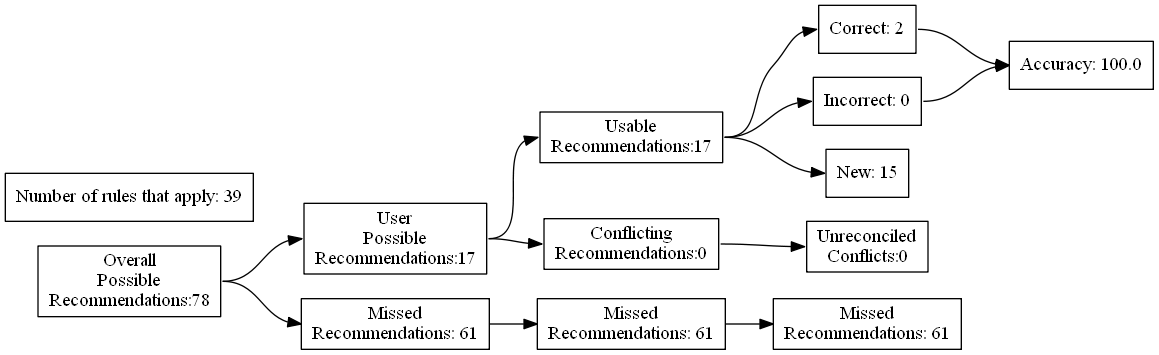
Above: test_renders/61.gv.png in ZaxR/ibd_diet_analysis (Graphviz), before the change. Its source is kept beside it as test_renders/61.gv.
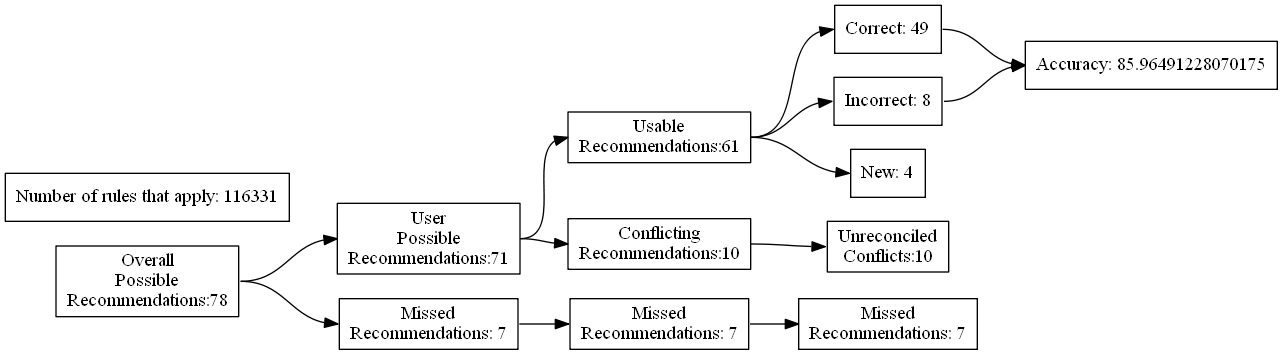
After the change.

Diff of the diagram source:
```diff
@@ -7,24 +7,24 @@
 Recommendations:78"]
 		B [label="User
 Possible
-Recommendations:17"]
+Recommendations:71"]
 		C [label="Missed
-Recommendations: 61"]
+Recommendations: 7"]
 		D [label="Usable
-Recommendations:17"]
+Recommendations:61"]
 		E [label="Conflicting
-Recommendations:0"]
+Recommendations:10"]
 		J [label="Missed
-Recommendations: 61"]
+Recommendations: 7"]
 		M [label="Unreconciled
-Conflicts:0"]
-		F [label="Correct: 2"]
-		G [label="Incorrect: 0"]
-		H [label="New: 15"]
+Conflicts:10"]
+		F [label="Correct: 49"]
+		G [label="Incorrect: 8"]
+		H [label="New: 4"]
 		K [label="Missed
-Recommendations: 61"]
-		I [label="Accuracy: 100.0"]
-		l [label="Number of rules that apply: 39"]
+Recommendations: 7"]
+		I [label="Accuracy: 85.96491228070175"]
+		l [label="Number of rules that apply: 116331"]
 			A -> B
 			A -> C
 			B -> D
```
